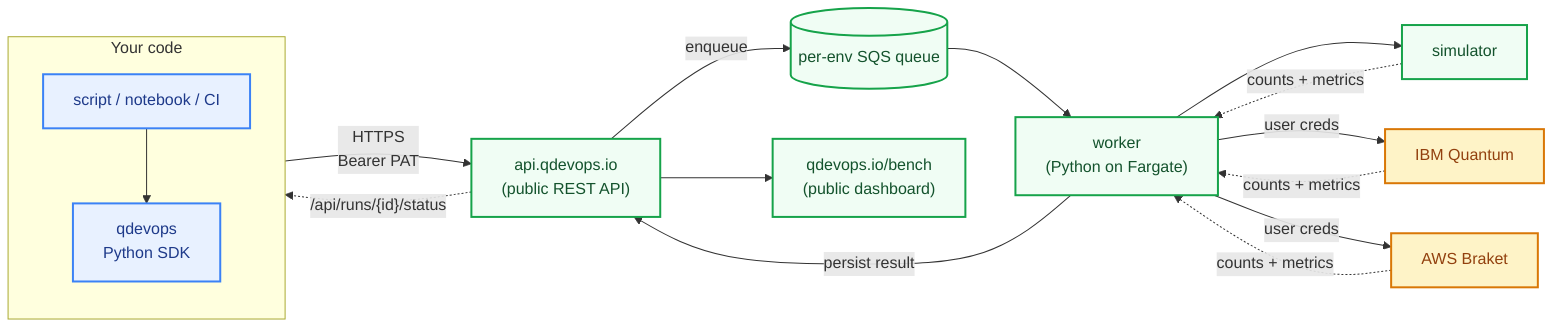
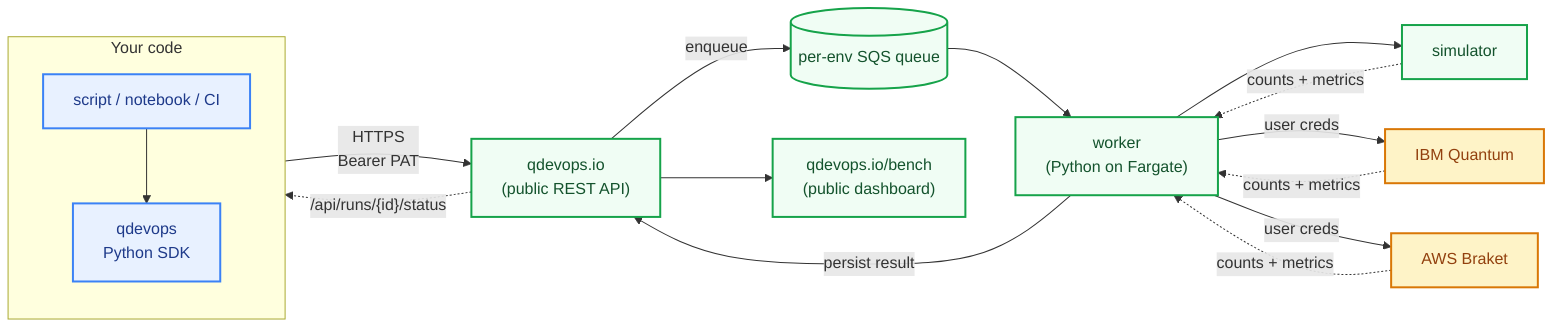
flowchart LR
  subgraph Caller["Your code"]
    direction TB
    Script["script / notebook / CI"]
    SDK["qdevops<br/>Python SDK"]
    Script --> SDK
  end

-   SDK -->|HTTPS<br/>Bearer PAT| API["api.qdevops.io<br/>(public REST API)"]
+   SDK -->|HTTPS<br/>Bearer PAT| API["qdevops.io<br/>(public REST API)"]
  API -->|enqueue| Q[("per-env SQS queue")]
  Q --> W["worker<br/>(Python on Fargate)"]

  W --> SIM["simulator"]
  W -->|user creds| IBM["IBM Quantum"]
  W -->|user creds| BRK["AWS Braket"]

  SIM -.->|counts + metrics| W
  IBM -.->|counts + metrics| W
  BRK -.->|counts + metrics| W

  W -->|persist result| API
  API -.->|"/api/runs/{id}/status"| SDK
  API --> DASH["qdevops.io/bench<br/>(public dashboard)"]

  classDef yours fill:#e8f1ff,stroke:#3b82f6,stroke-width:2px,color:#1e3a8a;
  classDef ours fill:#f0fdf4,stroke:#16a34a,stroke-width:2px,color:#14532d;
  classDef theirs fill:#fef3c7,stroke:#d97706,stroke-width:2px,color:#92400e;
  class Script,SDK yours;
  class API,Q,W,SIM,DASH ours;
  class IBM,BRK theirs;